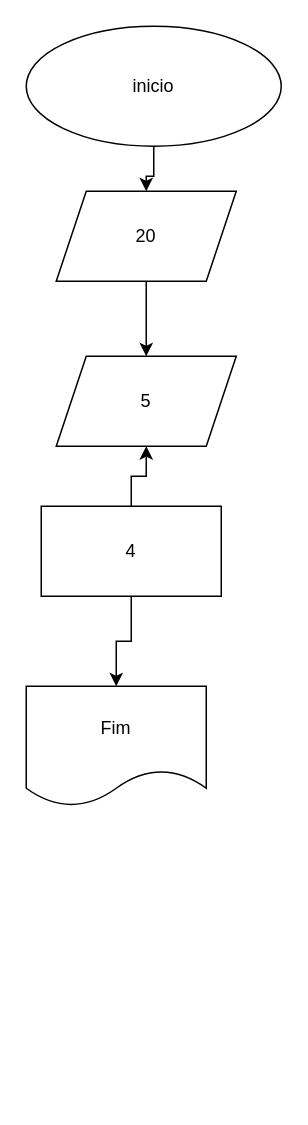
This is Untitled Diagram.drawio from Felipemonteiroh/Algoritimo-, a draw.io file, before an edit. Source tidied: cells renumbered, new cells numbered last; positions are measured from the earlier drawing's top-left corner, leaving out a move shared by most shapes. Both pictures are drawn from the tidied source at 150%, with x=0, y=0 at pixel (26, 26).
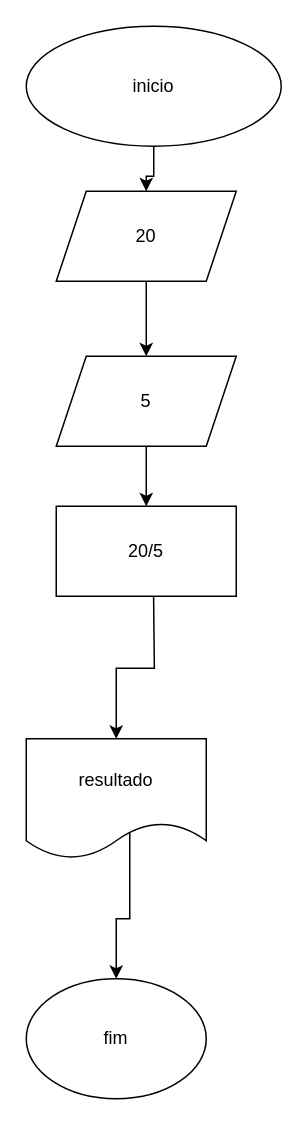
The same page after the edit.

The edit, as a diff of the source:
```diff
@@
 <mxGraphModel>
   <root>
     <mxCell id="0" />
     <mxCell id="1" parent="0" />
     <mxCell id="2" style="edgeStyle=orthogonalEdgeStyle;rounded=0;jettySize=auto;html=1;" parent="1" edge="1" source="3" target="7">
       <mxGeometry relative="1" as="geometry" />
     </mxCell>
     <mxCell id="3" value="inicio" style="ellipse;whiteSpace=wrap;html=1;" parent="1" vertex="1">
       <mxGeometry width="170" height="80" as="geometry" />
     </mxCell>
+    <mxCell id="11" style="edgeStyle=orthogonalEdgeStyle;rounded=0;jettySize=auto;html=1;exitX=0.575;exitY=0.765;exitDx=0;exitDy=0;exitPerimeter=0;" parent="1" edge="1" source="4" target="14">
+      <mxGeometry relative="1" as="geometry" />
+    </mxCell>
-    <mxCell id="4" value="Fim" style="shape=document;whiteSpace=wrap;html=1;boundedLbl=1;" parent="1" vertex="1">
-      <mxGeometry y="440" width="120" height="80" as="geometry" />
+    <mxCell id="4" value="resultado" style="shape=document;whiteSpace=wrap;html=1;boundedLbl=1;" parent="1" vertex="1">
+      <mxGeometry y="475" width="120" height="80" as="geometry" />
     </mxCell>
+    <mxCell id="12" style="edgeStyle=orthogonalEdgeStyle;rounded=0;jettySize=auto;html=1;" parent="1" edge="1" source="5" target="13">
+      <mxGeometry relative="1" as="geometry" />
+    </mxCell>
     <mxCell id="5" value="5" style="shape=parallelogram;perimeter=parallelogramPerimeter;whiteSpace=wrap;html=1;fixedSize=1;" parent="1" vertex="1">
       <mxGeometry x="20" y="220" width="120" height="60" as="geometry" />
     </mxCell>
     <mxCell id="6" style="edgeStyle=orthogonalEdgeStyle;rounded=0;jettySize=auto;html=1;" parent="1" edge="1" source="7" target="5">
       <mxGeometry relative="1" as="geometry" />
     </mxCell>
     <mxCell id="7" value="20" style="shape=parallelogram;perimeter=parallelogramPerimeter;whiteSpace=wrap;html=1;fixedSize=1;" parent="1" vertex="1">
       <mxGeometry x="20" y="110" width="120" height="60" as="geometry" />
     </mxCell>
-    <mxCell id="8" style="edgeStyle=orthogonalEdgeStyle;rounded=0;jettySize=auto;html=1;" parent="1" edge="1" source="10" target="4">
-      <mxGeometry relative="1" as="geometry" />
+    <mxCell id="8" style="edgeStyle=orthogonalEdgeStyle;rounded=0;jettySize=auto;html=1;" parent="1" edge="1" target="4">
+      <mxGeometry relative="1" as="geometry">
+        <mxPoint x="84.9" y="380" as="sourcePoint" />
+      </mxGeometry>
     </mxCell>
-    <mxCell id="9" style="edgeStyle=orthogonalEdgeStyle;rounded=0;jettySize=auto;html=1;" parent="1" edge="1" source="10" target="5">
-      <mxGeometry relative="1" as="geometry" />
-    </mxCell>
-    <mxCell id="10" value="4" style="rounded=0;whiteSpace=wrap;html=1;" parent="1" vertex="1">
-      <mxGeometry x="10" y="320" width="120" height="60" as="geometry" />
-    </mxCell>
+    <mxCell id="13" value="20/5" style="rounded=0;whiteSpace=wrap;html=1;" parent="1" vertex="1">
+      <mxGeometry x="20" y="320" width="120" height="60" as="geometry" />
+    </mxCell>
+    <mxCell id="14" value="fim" style="ellipse;whiteSpace=wrap;html=1;" parent="1" vertex="1">
+      <mxGeometry y="635" width="120" height="80" as="geometry" />
+    </mxCell>
   </root>
 </mxGraphModel>
```
